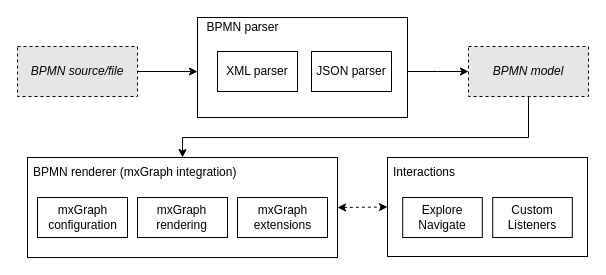
process-analytics/bpmn-visualization-js keeps this draw.io diagram as docs/users/architecture/images/architecture/architecture-overview.drawio. Above is the earlier version. Source tidied: cells renumbered, new cells numbered last; positions are measured from the earlier drawing's top-left corner, leaving out a move shared by most shapes. Both pictures are drawn from the tidied source at 100%, with x=0, y=0 at pixel (17, 17).
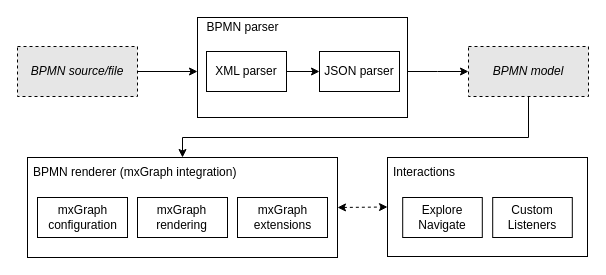
The same page after the edit.

Commit message (it also covers changes not shown here):
schema: add arrow inside bpmn parser

What changed in the source:
```diff
@@
     <mxCell id="22" value="XML parser" style="rounded=0;whiteSpace=wrap;html=1;fillColor=#FFFFFF;" parent="1" vertex="1">
-      <mxGeometry x="200" y="34" width="80" height="40" as="geometry" />
+      <mxGeometry x="189" y="34" width="80" height="40" as="geometry" />
     </mxCell>
@@
     <mxCell id="24" value="JSON parser" style="rounded=0;whiteSpace=wrap;html=1;fillColor=#FFFFFF;" parent="1" vertex="1">
-      <mxGeometry x="294" y="34" width="80" height="40" as="geometry" />
+      <mxGeometry x="302" y="34" width="80" height="40" as="geometry" />
     </mxCell>
@@
+    <mxCell id="26" style="endArrow=classic;startArrow=none;html=1;rounded=0;entryX=0;entryY=0.5;entryDx=0;entryDy=0;startFill=0;" parent="1" edge="1" source="22" target="24">
+      <mxGeometry relative="1" as="geometry" />
+    </mxCell>
```
